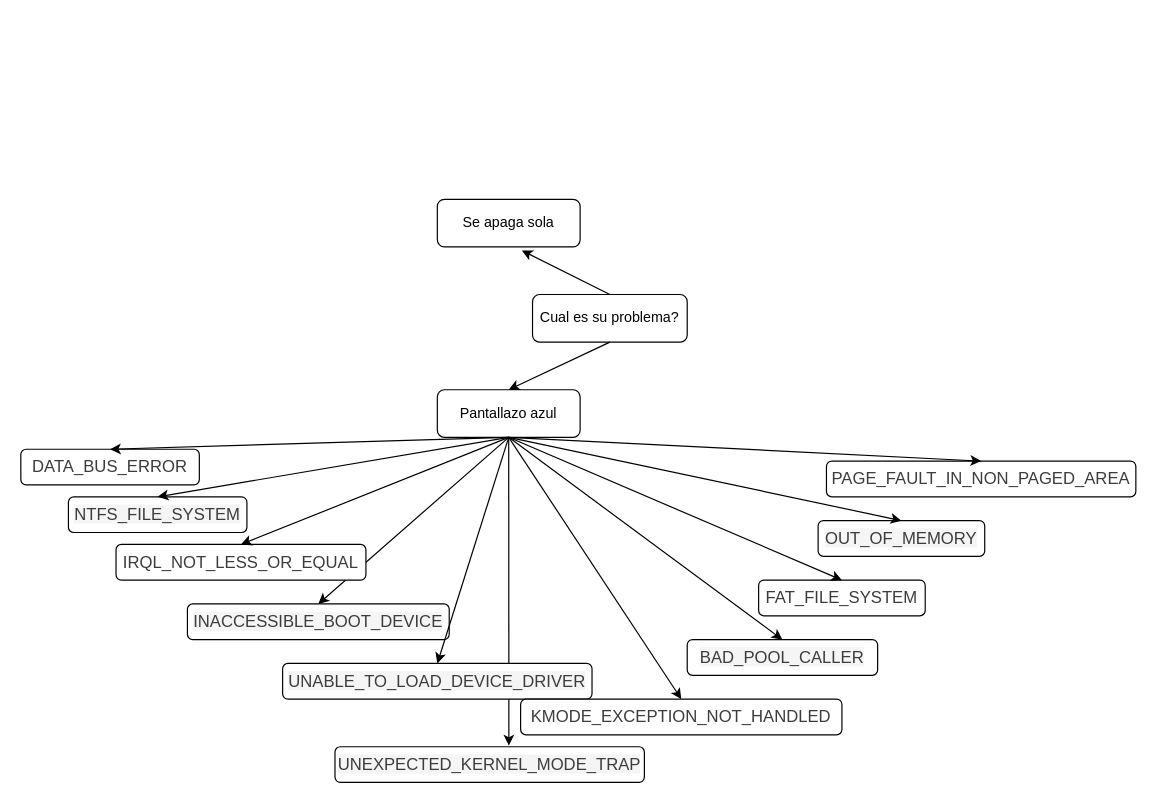
The draw.io diagram pruebasitio/proyectoruta.drawio in Puchis/Gregorio-Gragas-Computer-Repair, before the edit. Source tidied: cells renumbered, new cells numbered last; positions are measured from the earlier drawing's top-left corner, leaving out a move shared by most shapes. Both pictures are drawn from the tidied source at 119%, with x=0, y=0 at pixel (20, 199).
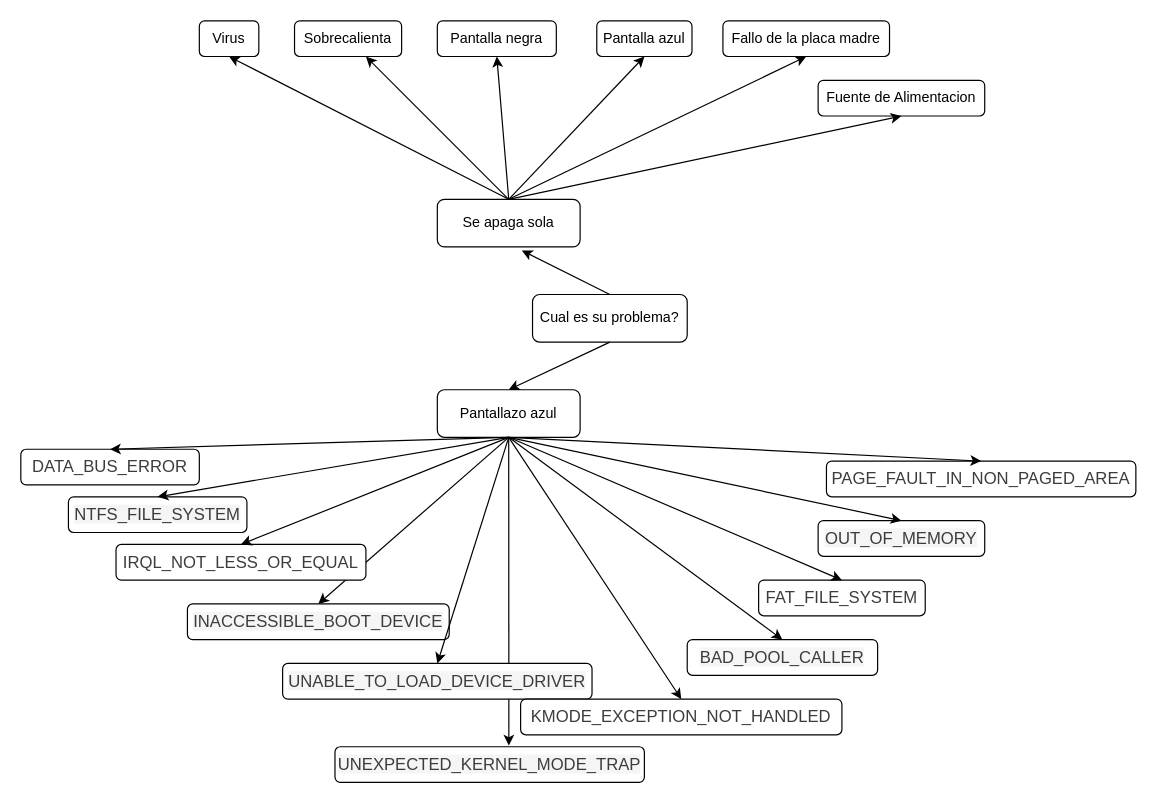
After the change.

Unchanged cells that the change refers to:
```xml
<mxCell id="27" value="Se apaga sola" style="rounded=1;whiteSpace=wrap;html=1;" parent="1" vertex="1">
  <mxGeometry x="350" width="120" height="40" as="geometry" />
</mxCell>
```

Diff of the diagram source:
```diff
@@
+    <mxCell id="29" value="Pantalla azul" style="rounded=1;whiteSpace=wrap;html=1;" parent="1" vertex="1">
+      <mxGeometry x="484" y="-150" width="80" height="30" as="geometry" />
+    </mxCell>
+    <mxCell id="30" value="Pantalla negra" style="rounded=1;whiteSpace=wrap;html=1;" parent="1" vertex="1">
+      <mxGeometry x="350" y="-150" width="100" height="30" as="geometry" />
+    </mxCell>
+    <mxCell id="31" style="endArrow=classic;html=1;exitX=0.5;exitY=0;exitDx=0;exitDy=0;entryX=0.5;entryY=1;entryDx=0;entryDy=0;" parent="1" edge="1" source="27" target="30">
+      <mxGeometry relative="1" as="geometry" />
+    </mxCell>
+    <mxCell id="32" style="endArrow=classic;html=1;exitX=0.5;exitY=0;exitDx=0;exitDy=0;entryX=0.5;entryY=1;entryDx=0;entryDy=0;" parent="1" edge="1" source="27" target="29">
+      <mxGeometry relative="1" as="geometry" />
+    </mxCell>
+    <mxCell id="33" style="endArrow=classic;html=1;exitX=0.5;exitY=0;exitDx=0;exitDy=0;" parent="1" edge="1" source="27" target="34">
+      <mxGeometry relative="1" as="geometry" />
+    </mxCell>
+    <mxCell id="34" value="Sobrecalienta" style="rounded=1;whiteSpace=wrap;html=1;" parent="1" vertex="1">
+      <mxGeometry x="230" y="-150" width="90" height="30" as="geometry" />
+    </mxCell>
+    <mxCell id="35" value="Fallo de la placa madre" style="rounded=1;whiteSpace=wrap;html=1;" parent="1" vertex="1">
+      <mxGeometry x="590" y="-150" width="140" height="30" as="geometry" />
+    </mxCell>
+    <mxCell id="36" value="Virus" style="rounded=1;whiteSpace=wrap;html=1;" parent="1" vertex="1">
+      <mxGeometry x="150" y="-150" width="50" height="30" as="geometry" />
+    </mxCell>
+    <mxCell id="37" style="endArrow=classic;html=1;exitX=0.5;exitY=0;exitDx=0;exitDy=0;entryX=0.5;entryY=1;entryDx=0;entryDy=0;" parent="1" edge="1" source="27" target="36">
+      <mxGeometry relative="1" as="geometry" />
+    </mxCell>
+    <mxCell id="38" style="endArrow=classic;html=1;exitX=0.5;exitY=0;exitDx=0;exitDy=0;entryX=0.5;entryY=1;entryDx=0;entryDy=0;" parent="1" edge="1" source="27" target="35">
+      <mxGeometry relative="1" as="geometry" />
+    </mxCell>
+    <mxCell id="39" value="Fuente de Alimentacion" style="rounded=1;whiteSpace=wrap;html=1;" parent="1" vertex="1">
+      <mxGeometry x="670" y="-100" width="140" height="30" as="geometry" />
+    </mxCell>
+    <mxCell id="40" style="endArrow=classic;html=1;exitX=0.5;exitY=0;exitDx=0;exitDy=0;entryX=0.5;entryY=1;entryDx=0;entryDy=0;" parent="1" edge="1" source="27" target="39">
+      <mxGeometry relative="1" as="geometry" />
+    </mxCell>
```
